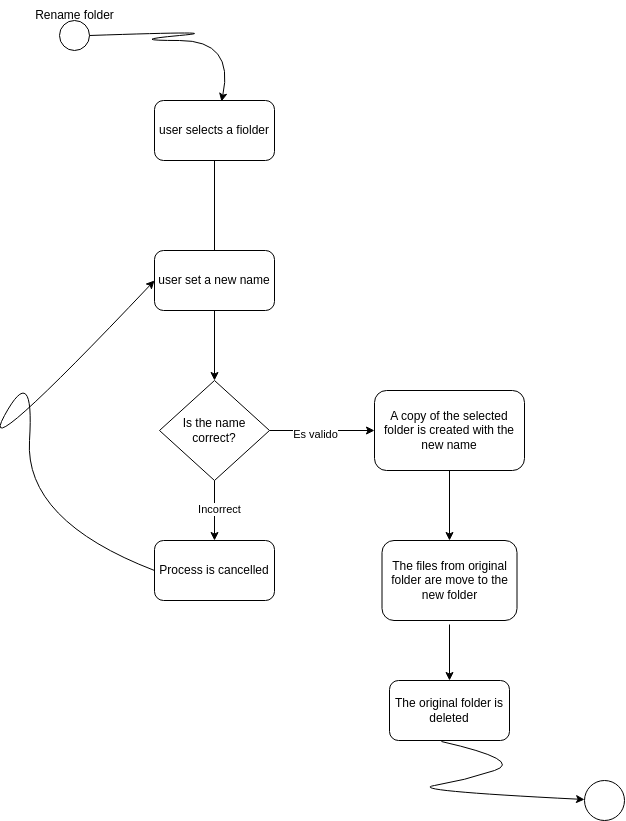
Before: UML/ActivityDiagrams/ActivityDiagramRenameFolder.drawio.png, a diagram exported from draw.io (Advanced-Programming-Project-Drive-UFJC/Backend-python). Source tidied: cells renumbered, new cells last; positions are measured from the earlier drawing's top-left corner, leaving out a move shared by most shapes. Its diagram source:
```xml
<mxGraphModel>
  <root>
    <mxCell id="0" />
    <mxCell id="1" parent="0" />
    <mxCell id="2" style="ellipse;whiteSpace=wrap;html=1;" parent="1" vertex="1">
      <mxGeometry x="85" y="20" width="30" height="30" as="geometry" />
    </mxCell>
    <mxCell id="3" value="Rename folder" style="text;html=1;align=center;verticalAlign=middle;strokeColor=none;fillColor=none;" parent="1" vertex="1">
      <mxGeometry x="50" width="100" height="30" as="geometry" />
    </mxCell>
    <mxCell id="4" value="user selects a fiolder" style="rounded=1;whiteSpace=wrap;html=1;" parent="1" vertex="1">
      <mxGeometry x="180" y="100" width="120" height="60" as="geometry" />
    </mxCell>
    <mxCell id="5" value="Process is cancelled" style="rounded=1;whiteSpace=wrap;html=1;" parent="1" vertex="1">
      <mxGeometry x="180" y="540" width="120" height="60" as="geometry" />
    </mxCell>
    <mxCell id="6" style="endArrow=none;html=1;rounded=0;entryX=0.5;entryY=1;entryDx=0;entryDy=0;exitX=0.5;exitY=0;exitDx=0;exitDy=0;" parent="1" edge="1" target="4">
      <mxGeometry relative="1" as="geometry">
        <mxPoint x="240" y="250" as="sourcePoint" />
      </mxGeometry>
    </mxCell>
    <mxCell id="7" style="curved=1;endArrow=classic;html=1;rounded=0;entryX=0.558;entryY=0.017;entryDx=0;entryDy=0;entryPerimeter=0;exitX=1;exitY=0.5;exitDx=0;exitDy=0;" parent="1" edge="1" source="2" target="4">
      <mxGeometry relative="1" as="geometry">
        <Array as="points">
          <mxPoint x="260" y="30" />
          <mxPoint x="150" y="40" />
          <mxPoint x="260" y="40" />
        </Array>
      </mxGeometry>
    </mxCell>
    <mxCell id="8" style="ellipse;whiteSpace=wrap;html=1;" parent="1" vertex="1">
      <mxGeometry x="610" y="780" width="40" height="40" as="geometry" />
    </mxCell>
    <mxCell id="9" value="user set a new name" style="rounded=1;whiteSpace=wrap;html=1;" parent="1" vertex="1">
      <mxGeometry x="180" y="250" width="120" height="60" as="geometry" />
    </mxCell>
    <mxCell id="10" value="Is the name correct?" style="rhombus;whiteSpace=wrap;html=1;" parent="1" vertex="1">
      <mxGeometry x="185" y="380" width="110" height="100" as="geometry" />
    </mxCell>
    <mxCell id="11" style="endArrow=classic;html=1;rounded=0;entryX=0.5;entryY=0;entryDx=0;entryDy=0;exitX=0.5;exitY=1;exitDx=0;exitDy=0;" parent="1" edge="1" source="9" target="10">
      <mxGeometry relative="1" as="geometry" />
    </mxCell>
    <mxCell id="12" style="endArrow=classic;html=1;rounded=0;exitX=0.5;exitY=1;exitDx=0;exitDy=0;entryX=0.5;entryY=0;entryDx=0;entryDy=0;" parent="1" edge="1" source="10" target="5">
      <mxGeometry relative="1" as="geometry" />
    </mxCell>
    <mxCell id="13" value="Incorrect" style="edgeLabel;html=1;align=center;verticalAlign=middle;" parent="12" vertex="1">
      <mxGeometry x="-0.07" y="4" relative="1" as="geometry" />
    </mxCell>
    <mxCell id="14" style="curved=1;endArrow=classic;html=1;rounded=0;exitX=0;exitY=0.5;exitDx=0;exitDy=0;entryX=0;entryY=0.5;entryDx=0;entryDy=0;" parent="1" edge="1" source="5" target="9">
      <mxGeometry relative="1" as="geometry">
        <Array as="points">
          <mxPoint x="50" y="520" />
          <mxPoint x="60" y="360" />
          <mxPoint y="470" />
        </Array>
      </mxGeometry>
    </mxCell>
    <mxCell id="15" style="endArrow=classic;html=1;rounded=0;exitX=1;exitY=0.5;exitDx=0;exitDy=0;" parent="1" edge="1" source="10">
      <mxGeometry relative="1" as="geometry">
        <mxPoint x="400" y="430" as="targetPoint" />
      </mxGeometry>
    </mxCell>
    <mxCell id="16" value="Es valido " style="edgeLabel;html=1;align=center;verticalAlign=middle;" parent="15" vertex="1">
      <mxGeometry x="-0.14" y="-3" relative="1" as="geometry" />
    </mxCell>
    <mxCell id="17" value="A copy of the selected folder is created with the new name" style="rounded=1;whiteSpace=wrap;html=1;" parent="1" vertex="1">
      <mxGeometry x="400" y="390" width="150" height="80" as="geometry" />
    </mxCell>
    <mxCell id="18" style="endArrow=classic;html=1;rounded=0;exitX=0.5;exitY=1;exitDx=0;exitDy=0;" parent="1" edge="1" source="17">
      <mxGeometry relative="1" as="geometry">
        <mxPoint x="475" y="540" as="targetPoint" />
      </mxGeometry>
    </mxCell>
    <mxCell id="19" value="The files from original folder are move to the new folder" style="rounded=1;whiteSpace=wrap;html=1;" parent="1" vertex="1">
      <mxGeometry x="407.5" y="540" width="135" height="80" as="geometry" />
    </mxCell>
    <mxCell id="20" style="curved=1;endArrow=classic;html=1;rounded=0;exitX=0.433;exitY=1.017;exitDx=0;exitDy=0;exitPerimeter=0;" parent="1" edge="1" source="21" target="8">
      <mxGeometry relative="1" as="geometry">
        <Array as="points">
          <mxPoint x="550" y="760" />
          <mxPoint x="490" y="780" />
          <mxPoint x="430" y="790" />
        </Array>
      </mxGeometry>
    </mxCell>
    <mxCell id="21" value="The original folder is deleted" style="rounded=1;whiteSpace=wrap;html=1;" parent="1" vertex="1">
      <mxGeometry x="415" y="680" width="120" height="60" as="geometry" />
    </mxCell>
    <mxCell id="22" style="endArrow=classic;html=1;rounded=0;entryX=0.5;entryY=0;entryDx=0;entryDy=0;" parent="1" edge="1" target="21">
      <mxGeometry relative="1" as="geometry">
        <mxPoint x="475" y="624" as="sourcePoint" />
      </mxGeometry>
    </mxCell>
  </root>
</mxGraphModel>
```
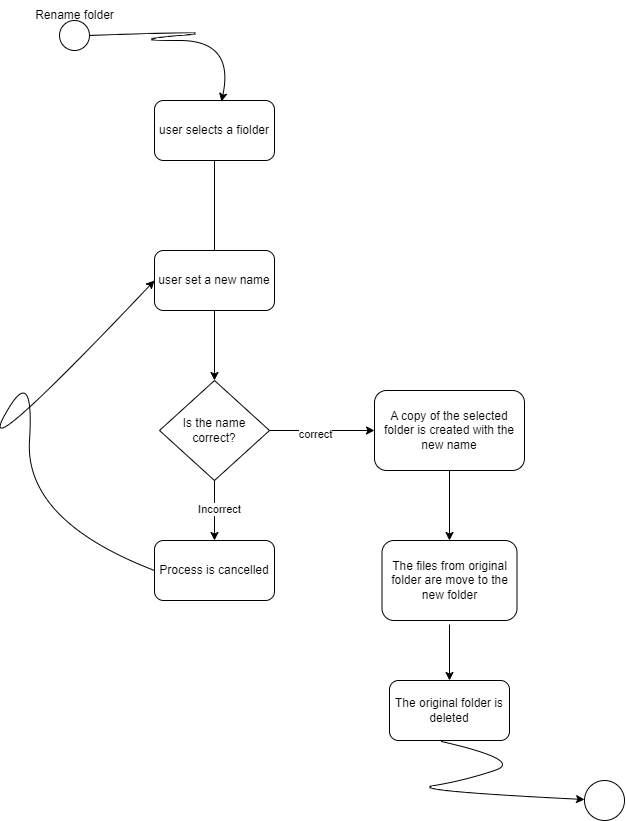
Above is the later version.

Commit message:
uploading more activities diagram and business diagram

The edit, as a diff of the source:
```diff
@@ -60,7 +60,7 @@
         <mxPoint x="400" y="430" as="targetPoint" />
       </mxGeometry>
     </mxCell>
-    <mxCell id="16" value="Es valido " style="edgeLabel;html=1;align=center;verticalAlign=middle;" parent="15" vertex="1">
+    <mxCell id="16" value="correct" style="edgeLabel;html=1;align=center;verticalAlign=middle;" parent="15" vertex="1">
       <mxGeometry x="-0.14" y="-3" relative="1" as="geometry" />
     </mxCell>
     <mxCell id="17" value="A copy of the selected folder is created with the new name" style="rounded=1;whiteSpace=wrap;html=1;" parent="1" vertex="1">
```
